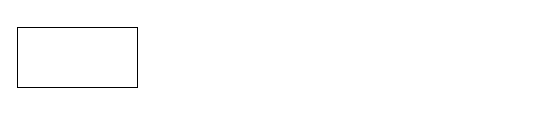
The draw.io diagram Untitled Diagram.drawio in sukhendurana/system-design, before the edit. Source tidied: cells renumbered, new cells numbered last; positions are measured from the earlier drawing's top-left corner, leaving out a move shared by most shapes. Both pictures are drawn from the tidied source at 100%, with x=0, y=0 at pixel (17, 27).
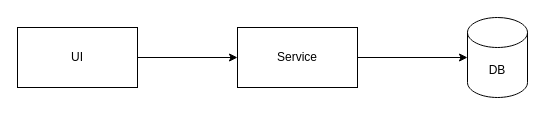
Above is the later version.

The edit, as a diff of the source:
```diff
@@
 <mxGraphModel>
   <root>
     <mxCell id="0" />
     <mxCell id="1" parent="0" />
+    <mxCell id="3" style="edgeStyle=orthogonalEdgeStyle;rounded=0;jettySize=auto;html=1;" parent="1" edge="1" source="2" target="4">
+      <mxGeometry relative="1" as="geometry" />
+    </mxCell>
-    <mxCell id="2" style="rounded=0;whiteSpace=wrap;html=1;" parent="1" vertex="1">
+    <mxCell id="2" value="UI" style="rounded=0;whiteSpace=wrap;html=1;" parent="1" vertex="1">
       <mxGeometry width="120" height="60" as="geometry" />
     </mxCell>
+    <mxCell id="4" value="Service" style="rounded=0;whiteSpace=wrap;html=1;" parent="1" vertex="1">
+      <mxGeometry x="220" width="120" height="60" as="geometry" />
+    </mxCell>
+    <mxCell id="5" value="DB" style="shape=cylinder3;whiteSpace=wrap;html=1;boundedLbl=1;backgroundOutline=1;size=15;" parent="1" vertex="1">
+      <mxGeometry x="450" y="-10" width="60" height="80" as="geometry" />
+    </mxCell>
+    <mxCell id="6" style="edgeStyle=orthogonalEdgeStyle;rounded=0;jettySize=auto;html=1;entryX=0;entryY=0.5;entryDx=0;entryDy=0;entryPerimeter=0;" parent="1" edge="1" source="4" target="5">
+      <mxGeometry relative="1" as="geometry" />
+    </mxCell>
   </root>
 </mxGraphModel>
```
